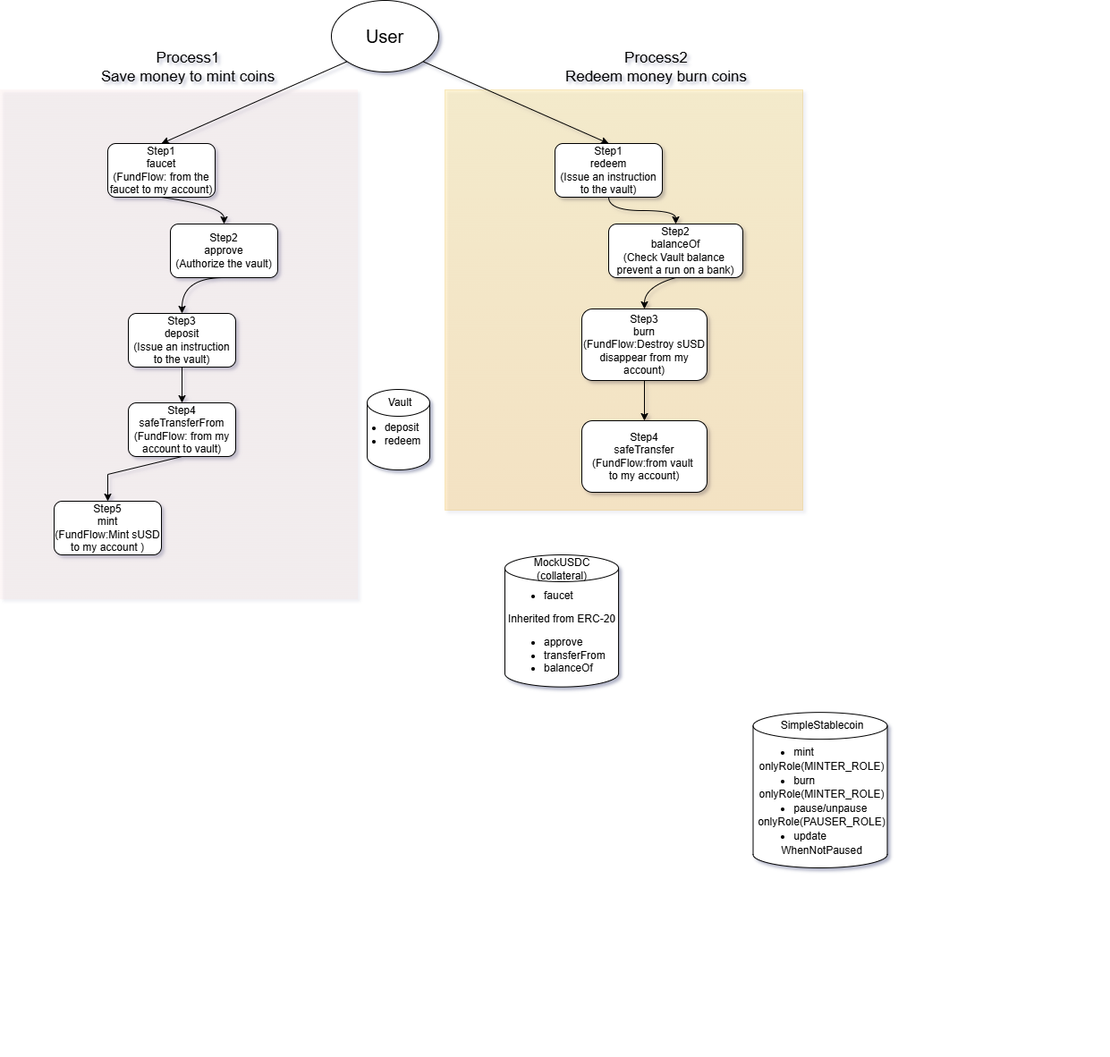
This is architecture.png from xiaomangli69-max/stablecoin-lab-2026, a draw.io export, as it was before one commit. Source tidied: cells renumbered, new cells last; positions are measured from the earlier drawing's top-left corner, leaving out a move shared by most shapes.
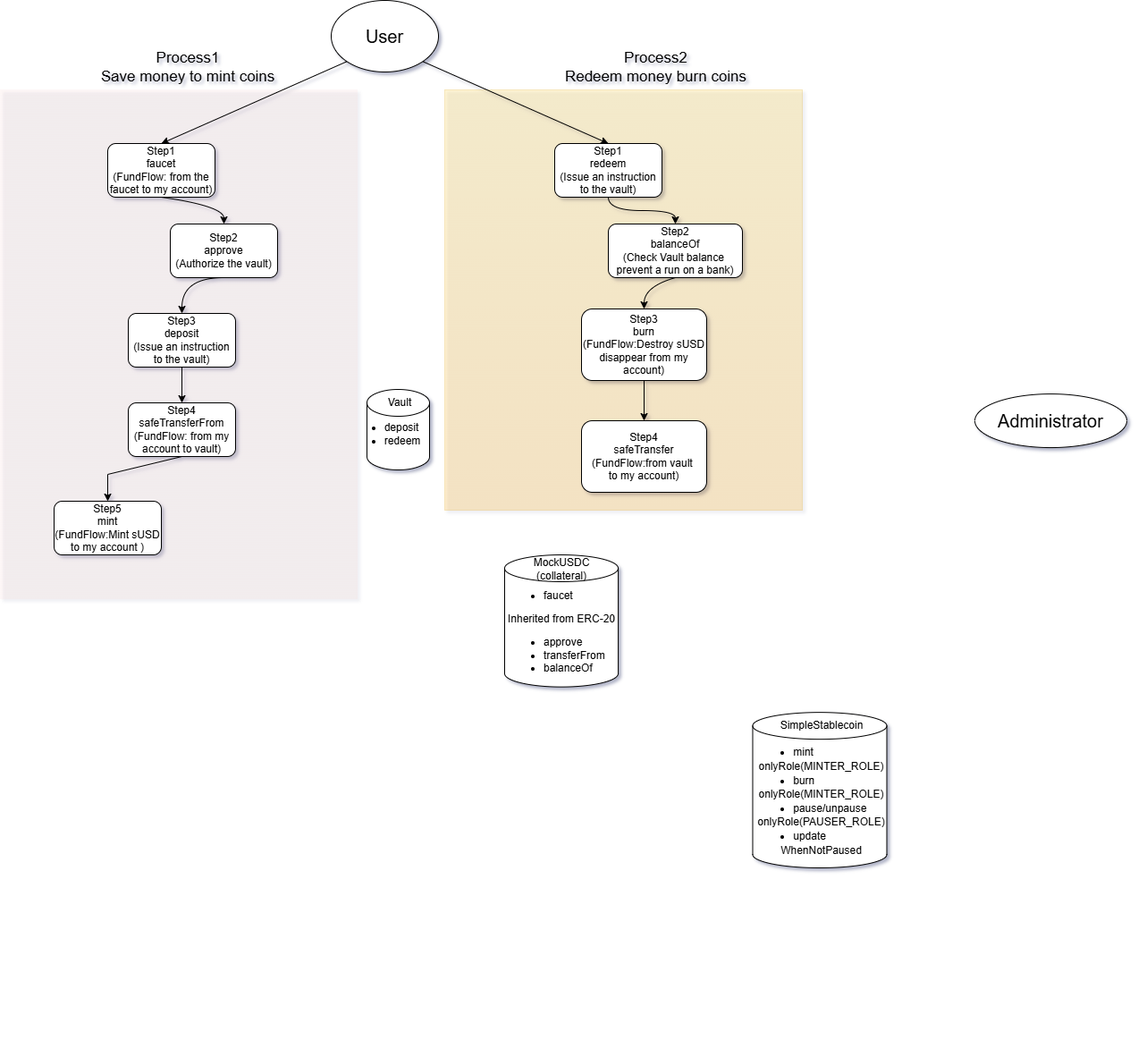
After the change.

The edit, as a diff of the source:
```diff
@@ -124,5 +124,8 @@
     <mxCell id="36" value="&lt;div style=&quot;line-height: 30%;&quot;&gt;&lt;ul style=&quot;text-align: left;&quot;&gt;&lt;li&gt;mint&lt;/li&gt;&lt;/ul&gt;onlyRole(MINTER_ROLE)&lt;br&gt;&lt;div&gt;&lt;ul&gt;&lt;li style=&quot;text-align: left;&quot;&gt;burn&lt;/li&gt;&lt;/ul&gt;onlyRole(MINTER_ROLE)&lt;br&gt;&lt;ul&gt;&lt;li style=&quot;text-align: left;&quot;&gt;pause/unpause&lt;/li&gt;&lt;/ul&gt;onlyRole(PAUSER_ROLE)&lt;br&gt;&lt;ul&gt;&lt;li style=&quot;text-align: left;&quot;&gt;update&lt;/li&gt;&lt;/ul&gt;WhenNotPaused&lt;/div&gt;&lt;/div&gt;" style="text;html=1;whiteSpace=wrap;strokeColor=none;fillColor=none;align=center;verticalAlign=middle;rounded=0;" parent="33" vertex="1">
       <mxGeometry x="14.1" y="31" width="189" height="99.5" as="geometry" />
     </mxCell>
+    <mxCell id="37" value="&lt;font style=&quot;font-size: 20px;&quot;&gt;Administrator&lt;/font&gt;" style="ellipse;whiteSpace=wrap;html=1;shapeInside=1;" parent="1" vertex="1">
+      <mxGeometry x="1090" y="440.1" width="170" height="60" as="geometry" />
+    </mxCell>
   </root>
 </mxGraphModel>
```
